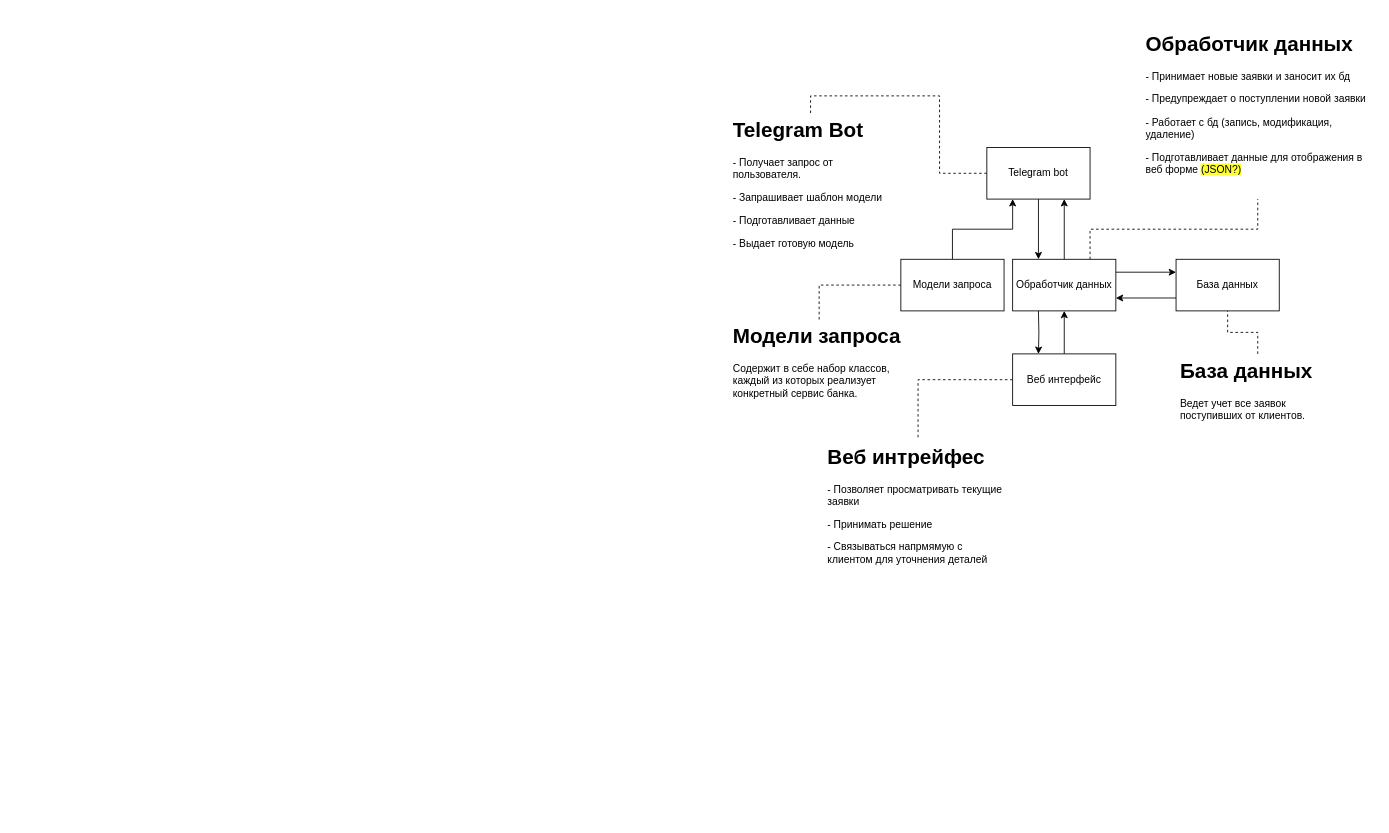
Earlier version of the draw.io diagram page "Общая архитектура" (1 of 2) of Diagrams.drawio (xkxixnxgx/hackathon_dsh_ab_bot). Source tidied: cells renumbered, new cells numbered last; positions are measured from the earlier drawing's top-left corner, leaving out a move shared by most shapes. Both pictures are drawn from the tidied source at 86%, with x=0, y=0 at pixel (728, 27).
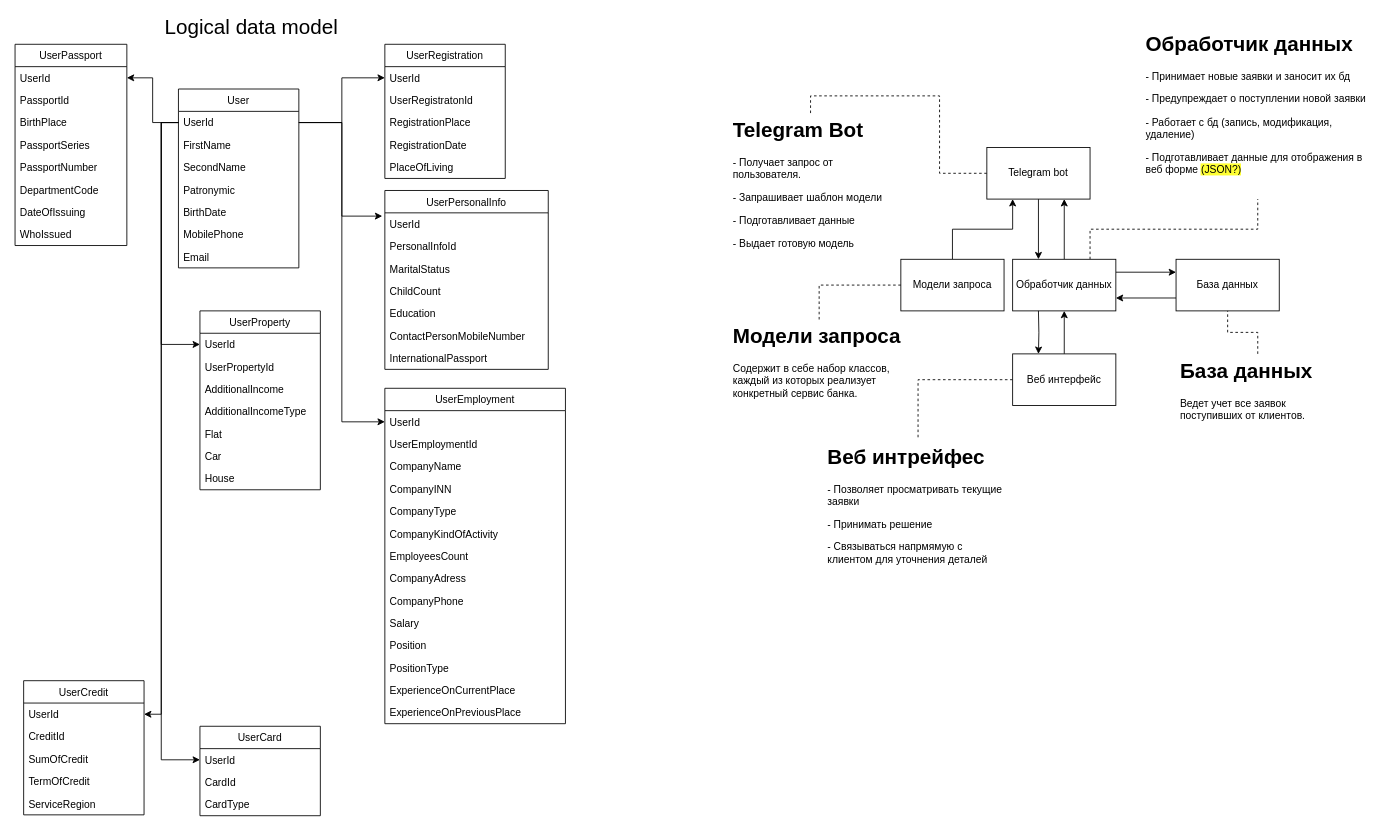
The same diagram, later.

Commit message:
[Architecture] Добавил модель базы данных

The edit, as a diff of the source:
```diff
@@
+    <mxCell id="24" value="UserPassport" style="swimlane;fontStyle=0;horizontal=1;startSize=26;fillColor=none;" parent="1" vertex="1">
+      <mxGeometry x="-830" y="20" width="130" height="234" as="geometry" />
+    </mxCell>
+    <mxCell id="25" value="UserId" style="text;strokeColor=none;fillColor=none;align=left;verticalAlign=top;spacingLeft=4;spacingRight=4;overflow=hidden;points=[[0,0.5],[1,0.5]];portConstraint=eastwest;" parent="24" vertex="1">
+      <mxGeometry y="26" width="130" height="26" as="geometry" />
+    </mxCell>
+    <mxCell id="26" value="PassportId" style="text;strokeColor=none;fillColor=none;align=left;verticalAlign=top;spacingLeft=4;spacingRight=4;overflow=hidden;" parent="24" vertex="1">
+      <mxGeometry y="52" width="130" height="26" as="geometry" />
+    </mxCell>
+    <mxCell id="27" value="BirthPlace" style="text;strokeColor=none;fillColor=none;align=left;verticalAlign=top;spacingLeft=4;spacingRight=4;overflow=hidden;" parent="24" vertex="1">
+      <mxGeometry y="78" width="130" height="26" as="geometry" />
+    </mxCell>
+    <mxCell id="28" value="PassportSeries" style="text;strokeColor=none;fillColor=none;align=left;verticalAlign=top;spacingLeft=4;spacingRight=4;overflow=hidden;" parent="24" vertex="1">
+      <mxGeometry y="104" width="130" height="26" as="geometry" />
+    </mxCell>
+    <mxCell id="29" value="PassportNumber" style="text;strokeColor=none;fillColor=none;align=left;verticalAlign=top;spacingLeft=4;spacingRight=4;overflow=hidden;" parent="24" vertex="1">
+      <mxGeometry y="130" width="130" height="26" as="geometry" />
+    </mxCell>
+    <mxCell id="30" value="DepartmentCode" style="text;strokeColor=none;fillColor=none;align=left;verticalAlign=top;spacingLeft=4;spacingRight=4;overflow=hidden;" parent="24" vertex="1">
+      <mxGeometry y="156" width="130" height="26" as="geometry" />
+    </mxCell>
+    <mxCell id="31" value="DateOfIssuing" style="text;strokeColor=none;fillColor=none;align=left;verticalAlign=top;spacingLeft=4;spacingRight=4;overflow=hidden;" parent="24" vertex="1">
+      <mxGeometry y="182" width="130" height="26" as="geometry" />
+    </mxCell>
+    <mxCell id="32" value="WhoIssued" style="text;strokeColor=none;fillColor=none;align=left;verticalAlign=top;spacingLeft=4;spacingRight=4;overflow=hidden;" parent="24" vertex="1">
+      <mxGeometry y="208" width="130" height="26" as="geometry" />
+    </mxCell>
+    <mxCell id="33" style="edgeStyle=orthogonalEdgeStyle;rounded=0;jettySize=auto;html=1;exitX=0;exitY=0.5;exitDx=0;exitDy=0;entryX=1;entryY=0.5;entryDx=0;entryDy=0;" parent="1" edge="1" source="35" target="25">
+      <mxGeometry relative="1" as="geometry" />
+    </mxCell>
+    <mxCell id="34" value="User" style="swimlane;fontStyle=0;horizontal=1;startSize=26;fillColor=none;" parent="1" vertex="1">
+      <mxGeometry x="-640" y="72" width="140" height="208" as="geometry" />
+    </mxCell>
+    <mxCell id="35" value="UserId" style="text;strokeColor=none;fillColor=none;align=left;verticalAlign=top;spacingLeft=4;spacingRight=4;overflow=hidden;points=[[0,0.5],[1,0.5]];portConstraint=eastwest;" parent="34" vertex="1">
+      <mxGeometry y="26" width="140" height="26" as="geometry" />
+    </mxCell>
+    <mxCell id="36" value="FirstName" style="text;strokeColor=none;fillColor=none;align=left;verticalAlign=top;spacingLeft=4;spacingRight=4;overflow=hidden;" parent="34" vertex="1">
+      <mxGeometry y="52" width="140" height="26" as="geometry" />
+    </mxCell>
+    <mxCell id="37" value="SecondName" style="text;strokeColor=none;fillColor=none;align=left;verticalAlign=top;spacingLeft=4;spacingRight=4;overflow=hidden;" parent="34" vertex="1">
+      <mxGeometry y="78" width="140" height="26" as="geometry" />
+    </mxCell>
+    <mxCell id="38" value="Patronymic" style="text;strokeColor=none;fillColor=none;align=left;verticalAlign=top;spacingLeft=4;spacingRight=4;overflow=hidden;" parent="34" vertex="1">
+      <mxGeometry y="104" width="140" height="26" as="geometry" />
+    </mxCell>
+    <mxCell id="39" value="BirthDate" style="text;strokeColor=none;fillColor=none;align=left;verticalAlign=top;spacingLeft=4;spacingRight=4;overflow=hidden;" parent="34" vertex="1">
+      <mxGeometry y="130" width="140" height="26" as="geometry" />
+    </mxCell>
+    <mxCell id="40" value="MobilePhone" style="text;strokeColor=none;fillColor=none;align=left;verticalAlign=top;spacingLeft=4;spacingRight=4;overflow=hidden;" parent="34" vertex="1">
+      <mxGeometry y="156" width="140" height="26" as="geometry" />
+    </mxCell>
+    <mxCell id="41" value="Email" style="text;strokeColor=none;fillColor=none;align=left;verticalAlign=top;spacingLeft=4;spacingRight=4;overflow=hidden;" parent="34" vertex="1">
+      <mxGeometry y="182" width="140" height="26" as="geometry" />
+    </mxCell>
+    <mxCell id="42" value="&lt;font style=&quot;font-size: 24px&quot;&gt;Logical data model&lt;/font&gt;" style="text;html=1;strokeColor=none;fillColor=none;align=center;verticalAlign=middle;whiteSpace=wrap;rounded=0;" parent="1" vertex="1">
+      <mxGeometry x="-660" y="-10" width="210" height="20" as="geometry" />
+    </mxCell>
+    <mxCell id="43" style="edgeStyle=orthogonalEdgeStyle;rounded=0;jettySize=auto;html=1;exitX=1;exitY=0.5;exitDx=0;exitDy=0;" parent="1" edge="1" source="35" target="46">
+      <mxGeometry relative="1" as="geometry" />
+    </mxCell>
+    <mxCell id="44" style="edgeStyle=orthogonalEdgeStyle;rounded=0;jettySize=auto;html=1;exitX=1;exitY=0.5;exitDx=0;exitDy=0;entryX=-0.016;entryY=0.146;entryDx=0;entryDy=0;entryPerimeter=0;" parent="1" edge="1" source="35" target="52">
+      <mxGeometry relative="1" as="geometry" />
+    </mxCell>
+    <mxCell id="45" value="UserRegistration" style="swimlane;fontStyle=0;horizontal=1;startSize=26;fillColor=none;" parent="1" vertex="1">
+      <mxGeometry x="-400" y="20" width="140" height="156" as="geometry" />
+    </mxCell>
+    <mxCell id="46" value="UserId" style="text;strokeColor=none;fillColor=none;align=left;verticalAlign=top;spacingLeft=4;spacingRight=4;overflow=hidden;points=[[0,0.5],[1,0.5]];portConstraint=eastwest;" parent="45" vertex="1">
+      <mxGeometry y="26" width="140" height="26" as="geometry" />
+    </mxCell>
+    <mxCell id="47" value="UserRegistratonId" style="text;strokeColor=none;fillColor=none;align=left;verticalAlign=top;spacingLeft=4;spacingRight=4;overflow=hidden;" parent="45" vertex="1">
+      <mxGeometry y="52" width="140" height="26" as="geometry" />
+    </mxCell>
+    <mxCell id="48" value="RegistrationPlace" style="text;strokeColor=none;fillColor=none;align=left;verticalAlign=top;spacingLeft=4;spacingRight=4;overflow=hidden;" parent="45" vertex="1">
+      <mxGeometry y="78" width="140" height="26" as="geometry" />
+    </mxCell>
+    <mxCell id="49" value="RegistrationDate" style="text;strokeColor=none;fillColor=none;align=left;verticalAlign=top;spacingLeft=4;spacingRight=4;overflow=hidden;" parent="45" vertex="1">
+      <mxGeometry y="104" width="140" height="26" as="geometry" />
+    </mxCell>
+    <mxCell id="50" value="PlaceOfLiving" style="text;strokeColor=none;fillColor=none;align=left;verticalAlign=top;spacingLeft=4;spacingRight=4;overflow=hidden;" parent="45" vertex="1">
+      <mxGeometry y="130" width="140" height="26" as="geometry" />
+    </mxCell>
+    <mxCell id="51" value="UserPersonalInfo" style="swimlane;fontStyle=0;horizontal=1;startSize=26;fillColor=none;" parent="1" vertex="1">
+      <mxGeometry x="-400" y="190" width="190" height="208" as="geometry" />
+    </mxCell>
+    <mxCell id="52" value="UserId" style="text;strokeColor=none;fillColor=none;align=left;verticalAlign=top;spacingLeft=4;spacingRight=4;overflow=hidden;points=[[0,0.5],[1,0.5]];portConstraint=eastwest;" parent="51" vertex="1">
+      <mxGeometry y="26" width="190" height="26" as="geometry" />
+    </mxCell>
+    <mxCell id="53" value="PersonalInfoId" style="text;strokeColor=none;fillColor=none;align=left;verticalAlign=top;spacingLeft=4;spacingRight=4;overflow=hidden;" parent="51" vertex="1">
+      <mxGeometry y="52" width="190" height="26" as="geometry" />
+    </mxCell>
+    <mxCell id="54" value="MaritalStatus" style="text;strokeColor=none;fillColor=none;align=left;verticalAlign=top;spacingLeft=4;spacingRight=4;overflow=hidden;" parent="51" vertex="1">
+      <mxGeometry y="78" width="190" height="26" as="geometry" />
+    </mxCell>
+    <mxCell id="55" value="ChildCount" style="text;strokeColor=none;fillColor=none;align=left;verticalAlign=top;spacingLeft=4;spacingRight=4;overflow=hidden;" parent="51" vertex="1">
+      <mxGeometry y="104" width="190" height="26" as="geometry" />
+    </mxCell>
+    <mxCell id="56" value="Education" style="text;strokeColor=none;fillColor=none;align=left;verticalAlign=top;spacingLeft=4;spacingRight=4;overflow=hidden;" parent="51" vertex="1">
+      <mxGeometry y="130" width="190" height="26" as="geometry" />
+    </mxCell>
+    <mxCell id="57" value="ContactPersonMobileNumber" style="text;strokeColor=none;fillColor=none;align=left;verticalAlign=top;spacingLeft=4;spacingRight=4;overflow=hidden;" parent="51" vertex="1">
+      <mxGeometry y="156" width="190" height="26" as="geometry" />
+    </mxCell>
+    <mxCell id="58" value="InternationalPassport" style="text;strokeColor=none;fillColor=none;align=left;verticalAlign=top;spacingLeft=4;spacingRight=4;overflow=hidden;" parent="51" vertex="1">
+      <mxGeometry y="182" width="190" height="26" as="geometry" />
+    </mxCell>
+    <mxCell id="59" style="edgeStyle=orthogonalEdgeStyle;rounded=0;jettySize=auto;html=1;exitX=0;exitY=0.5;exitDx=0;exitDy=0;" parent="1" edge="1" source="35" target="78">
+      <mxGeometry relative="1" as="geometry" />
+    </mxCell>
+    <mxCell id="60" style="edgeStyle=orthogonalEdgeStyle;rounded=0;jettySize=auto;html=1;exitX=0;exitY=0.5;exitDx=0;exitDy=0;" parent="1" edge="1" source="35" target="84">
+      <mxGeometry relative="1" as="geometry" />
+    </mxCell>
+    <mxCell id="61" value="UserEmployment" style="swimlane;fontStyle=0;horizontal=1;startSize=26;fillColor=none;" parent="1" vertex="1">
+      <mxGeometry x="-400" y="420" width="210" height="390" as="geometry" />
+    </mxCell>
+    <mxCell id="62" value="UserId" style="text;strokeColor=none;fillColor=none;align=left;verticalAlign=top;spacingLeft=4;spacingRight=4;overflow=hidden;points=[[0,0.5],[1,0.5]];portConstraint=eastwest;" parent="61" vertex="1">
+      <mxGeometry y="26" width="210" height="26" as="geometry" />
+    </mxCell>
+    <mxCell id="63" value="UserEmploymentId" style="text;strokeColor=none;fillColor=none;align=left;verticalAlign=top;spacingLeft=4;spacingRight=4;overflow=hidden;" parent="61" vertex="1">
+      <mxGeometry y="52" width="210" height="26" as="geometry" />
+    </mxCell>
+    <mxCell id="64" value="CompanyName" style="text;strokeColor=none;fillColor=none;align=left;verticalAlign=top;spacingLeft=4;spacingRight=4;overflow=hidden;" parent="61" vertex="1">
+      <mxGeometry y="78" width="210" height="26" as="geometry" />
+    </mxCell>
+    <mxCell id="65" value="CompanyINN" style="text;strokeColor=none;fillColor=none;align=left;verticalAlign=top;spacingLeft=4;spacingRight=4;overflow=hidden;" parent="61" vertex="1">
+      <mxGeometry y="104" width="210" height="26" as="geometry" />
+    </mxCell>
+    <mxCell id="66" value="CompanyType" style="text;strokeColor=none;fillColor=none;align=left;verticalAlign=top;spacingLeft=4;spacingRight=4;overflow=hidden;" parent="61" vertex="1">
+      <mxGeometry y="130" width="210" height="26" as="geometry" />
+    </mxCell>
+    <mxCell id="67" value="CompanyKindOfActivity" style="text;strokeColor=none;fillColor=none;align=left;verticalAlign=top;spacingLeft=4;spacingRight=4;overflow=hidden;" parent="61" vertex="1">
+      <mxGeometry y="156" width="210" height="26" as="geometry" />
+    </mxCell>
+    <mxCell id="68" value="EmployeesCount" style="text;strokeColor=none;fillColor=none;align=left;verticalAlign=top;spacingLeft=4;spacingRight=4;overflow=hidden;" parent="61" vertex="1">
+      <mxGeometry y="182" width="210" height="26" as="geometry" />
+    </mxCell>
+    <mxCell id="69" value="CompanyAdress" style="text;strokeColor=none;fillColor=none;align=left;verticalAlign=top;spacingLeft=4;spacingRight=4;overflow=hidden;" parent="61" vertex="1">
+      <mxGeometry y="208" width="210" height="26" as="geometry" />
+    </mxCell>
+    <mxCell id="70" value="CompanyPhone" style="text;strokeColor=none;fillColor=none;align=left;verticalAlign=top;spacingLeft=4;spacingRight=4;overflow=hidden;" parent="61" vertex="1">
+      <mxGeometry y="234" width="210" height="26" as="geometry" />
+    </mxCell>
+    <mxCell id="71" value="Salary" style="text;strokeColor=none;fillColor=none;align=left;verticalAlign=top;spacingLeft=4;spacingRight=4;overflow=hidden;" parent="61" vertex="1">
+      <mxGeometry y="260" width="210" height="26" as="geometry" />
+    </mxCell>
+    <mxCell id="72" value="Position" style="text;strokeColor=none;fillColor=none;align=left;verticalAlign=top;spacingLeft=4;spacingRight=4;overflow=hidden;" parent="61" vertex="1">
+      <mxGeometry y="286" width="210" height="26" as="geometry" />
+    </mxCell>
+    <mxCell id="73" value="PositionType" style="text;strokeColor=none;fillColor=none;align=left;verticalAlign=top;spacingLeft=4;spacingRight=4;overflow=hidden;" parent="61" vertex="1">
+      <mxGeometry y="312" width="210" height="26" as="geometry" />
+    </mxCell>
+    <mxCell id="74" value="ExperienceOnCurrentPlace" style="text;strokeColor=none;fillColor=none;align=left;verticalAlign=top;spacingLeft=4;spacingRight=4;overflow=hidden;" parent="61" vertex="1">
+      <mxGeometry y="338" width="210" height="26" as="geometry" />
+    </mxCell>
+    <mxCell id="75" value="ExperienceOnPreviousPlace" style="text;strokeColor=none;fillColor=none;align=left;verticalAlign=top;spacingLeft=4;spacingRight=4;overflow=hidden;" parent="61" vertex="1">
+      <mxGeometry y="364" width="210" height="26" as="geometry" />
+    </mxCell>
+    <mxCell id="76" style="edgeStyle=orthogonalEdgeStyle;rounded=0;jettySize=auto;html=1;exitX=1;exitY=0.5;exitDx=0;exitDy=0;" parent="1" edge="1" source="35" target="62">
+      <mxGeometry relative="1" as="geometry" />
+    </mxCell>
+    <mxCell id="77" value="UserCredit" style="swimlane;fontStyle=0;horizontal=1;startSize=26;fillColor=none;" parent="1" vertex="1">
+      <mxGeometry x="-820" y="760" width="140" height="156" as="geometry" />
+    </mxCell>
+    <mxCell id="78" value="UserId" style="text;strokeColor=none;fillColor=none;align=left;verticalAlign=top;spacingLeft=4;spacingRight=4;overflow=hidden;points=[[0,0.5],[1,0.5]];portConstraint=eastwest;" parent="77" vertex="1">
+      <mxGeometry y="26" width="140" height="26" as="geometry" />
+    </mxCell>
+    <mxCell id="79" value="CreditId" style="text;strokeColor=none;fillColor=none;align=left;verticalAlign=top;spacingLeft=4;spacingRight=4;overflow=hidden;" parent="77" vertex="1">
+      <mxGeometry y="52" width="140" height="26" as="geometry" />
+    </mxCell>
+    <mxCell id="80" value="SumOfCredit" style="text;strokeColor=none;fillColor=none;align=left;verticalAlign=top;spacingLeft=4;spacingRight=4;overflow=hidden;" parent="77" vertex="1">
+      <mxGeometry y="78" width="140" height="26" as="geometry" />
+    </mxCell>
+    <mxCell id="81" value="TermOfCredit" style="text;strokeColor=none;fillColor=none;align=left;verticalAlign=top;spacingLeft=4;spacingRight=4;overflow=hidden;" parent="77" vertex="1">
+      <mxGeometry y="104" width="140" height="26" as="geometry" />
+    </mxCell>
+    <mxCell id="82" value="ServiceRegion" style="text;strokeColor=none;fillColor=none;align=left;verticalAlign=top;spacingLeft=4;spacingRight=4;overflow=hidden;" parent="77" vertex="1">
+      <mxGeometry y="130" width="140" height="26" as="geometry" />
+    </mxCell>
+    <mxCell id="83" value="UserCard" style="swimlane;fontStyle=0;horizontal=1;startSize=26;fillColor=none;" parent="1" vertex="1">
+      <mxGeometry x="-615" y="813" width="140" height="104" as="geometry" />
+    </mxCell>
+    <mxCell id="84" value="UserId" style="text;strokeColor=none;fillColor=none;align=left;verticalAlign=top;spacingLeft=4;spacingRight=4;overflow=hidden;points=[[0,0.5],[1,0.5]];portConstraint=eastwest;" parent="83" vertex="1">
+      <mxGeometry y="26" width="140" height="26" as="geometry" />
+    </mxCell>
+    <mxCell id="85" value="CardId" style="text;strokeColor=none;fillColor=none;align=left;verticalAlign=top;spacingLeft=4;spacingRight=4;overflow=hidden;" parent="83" vertex="1">
+      <mxGeometry y="52" width="140" height="26" as="geometry" />
+    </mxCell>
+    <mxCell id="86" value="CardType" style="text;strokeColor=none;fillColor=none;align=left;verticalAlign=top;spacingLeft=4;spacingRight=4;overflow=hidden;" parent="83" vertex="1">
+      <mxGeometry y="78" width="140" height="26" as="geometry" />
+    </mxCell>
+    <mxCell id="87" value="UserProperty" style="swimlane;fontStyle=0;horizontal=1;startSize=26;fillColor=none;" parent="1" vertex="1">
+      <mxGeometry x="-615" y="330" width="140" height="208" as="geometry" />
+    </mxCell>
+    <mxCell id="88" value="UserId" style="text;strokeColor=none;fillColor=none;align=left;verticalAlign=top;spacingLeft=4;spacingRight=4;overflow=hidden;points=[[0,0.5],[1,0.5]];portConstraint=eastwest;" parent="87" vertex="1">
+      <mxGeometry y="26" width="140" height="26" as="geometry" />
+    </mxCell>
+    <mxCell id="89" value="UserPropertyId" style="text;strokeColor=none;fillColor=none;align=left;verticalAlign=top;spacingLeft=4;spacingRight=4;overflow=hidden;" parent="87" vertex="1">
+      <mxGeometry y="52" width="140" height="26" as="geometry" />
+    </mxCell>
+    <mxCell id="90" value="AdditionalIncome" style="text;strokeColor=none;fillColor=none;align=left;verticalAlign=top;spacingLeft=4;spacingRight=4;overflow=hidden;" parent="87" vertex="1">
+      <mxGeometry y="78" width="140" height="26" as="geometry" />
+    </mxCell>
+    <mxCell id="91" value="AdditionalIncomeType" style="text;strokeColor=none;fillColor=none;align=left;verticalAlign=top;spacingLeft=4;spacingRight=4;overflow=hidden;" parent="87" vertex="1">
+      <mxGeometry y="104" width="140" height="26" as="geometry" />
+    </mxCell>
+    <mxCell id="92" value="Flat" style="text;strokeColor=none;fillColor=none;align=left;verticalAlign=top;spacingLeft=4;spacingRight=4;overflow=hidden;" parent="87" vertex="1">
+      <mxGeometry y="130" width="140" height="26" as="geometry" />
+    </mxCell>
+    <mxCell id="93" value="Car" style="text;strokeColor=none;fillColor=none;align=left;verticalAlign=top;spacingLeft=4;spacingRight=4;overflow=hidden;" parent="87" vertex="1">
+      <mxGeometry y="156" width="140" height="26" as="geometry" />
+    </mxCell>
+    <mxCell id="94" value="House" style="text;strokeColor=none;fillColor=none;align=left;verticalAlign=top;spacingLeft=4;spacingRight=4;overflow=hidden;" parent="87" vertex="1">
+      <mxGeometry y="182" width="140" height="26" as="geometry" />
+    </mxCell>
+    <mxCell id="95" style="edgeStyle=orthogonalEdgeStyle;rounded=0;jettySize=auto;html=1;exitX=0;exitY=0.5;exitDx=0;exitDy=0;entryX=0;entryY=0.5;entryDx=0;entryDy=0;" parent="1" edge="1" source="35" target="88">
+      <mxGeometry relative="1" as="geometry" />
+    </mxCell>
```
